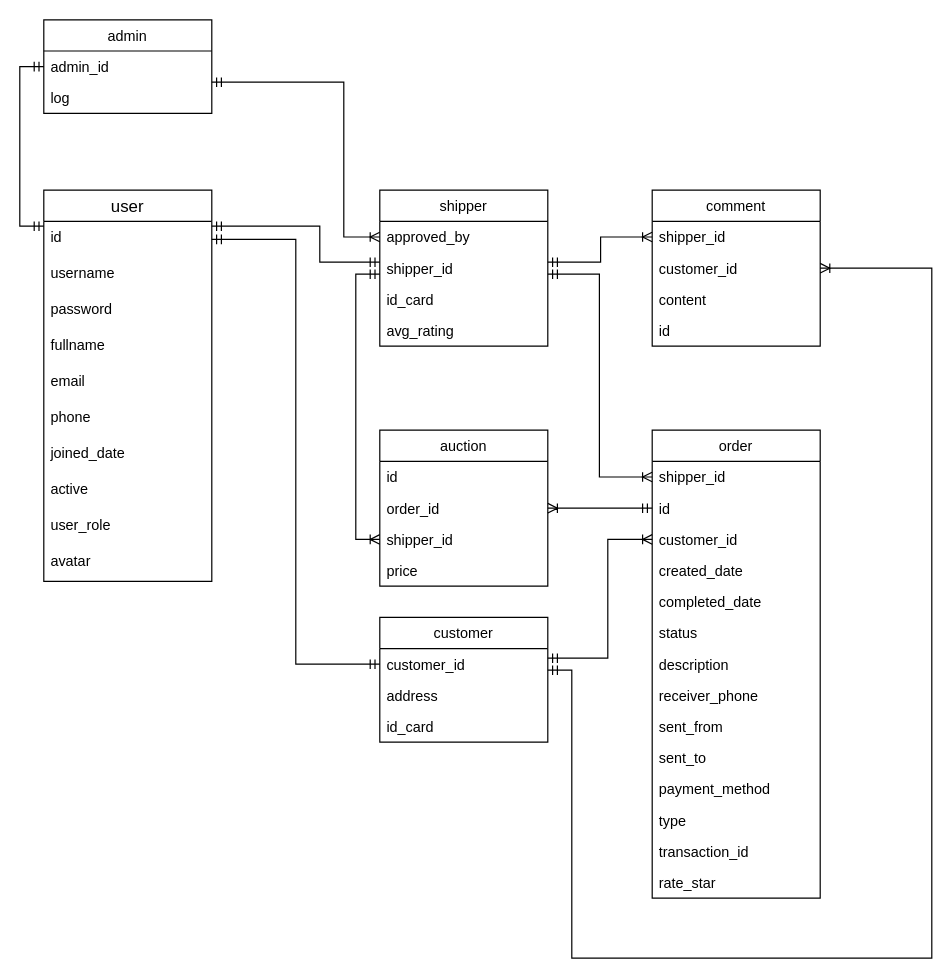
quoctann/spring-delivery-management keeps this draw.io diagram as page "Database" (2 of 2) of design.drawio. Above is the earlier version. Source tidied: cells renumbered, new cells numbered last; positions are measured from the earlier drawing's top-left corner, leaving out a move shared by most shapes. Both pictures are drawn from the tidied source at 120%, with x=0, y=0 at pixel (19, 19).
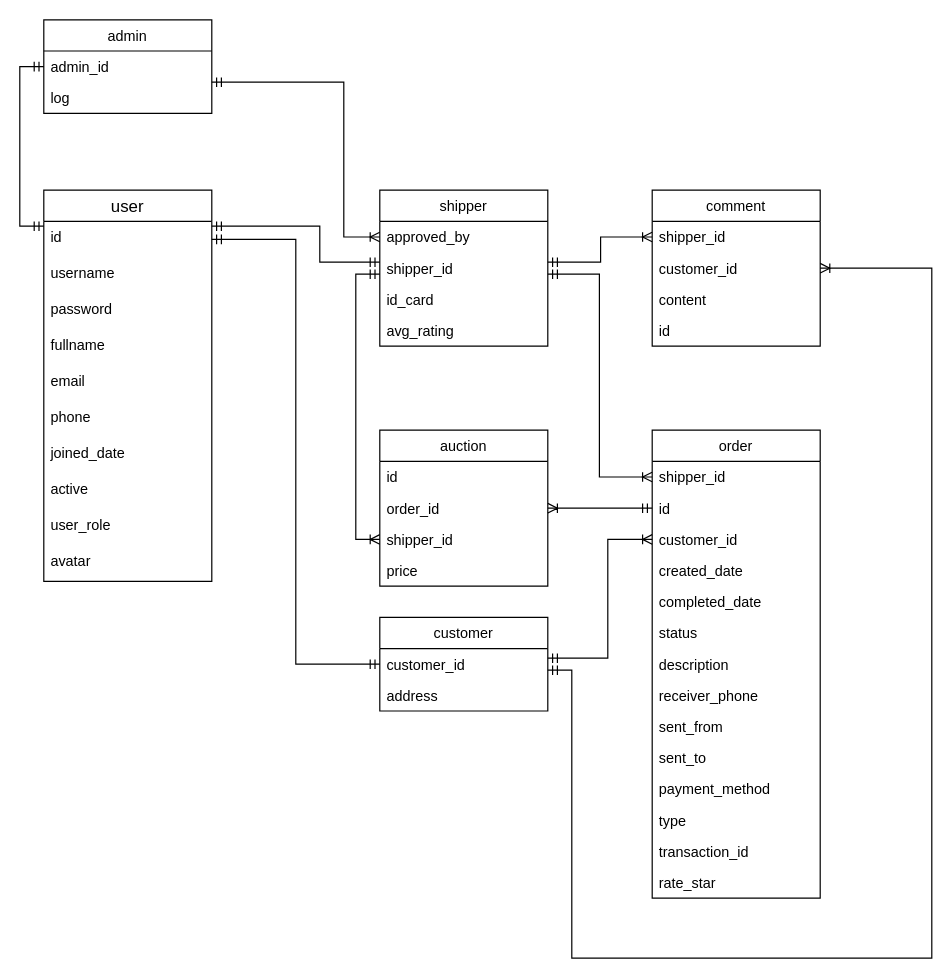
The same page after the edit.

Change to the diagram source:
```diff
@@
     <mxCell id="41" value="customer" style="swimlane;fontStyle=0;horizontal=1;startSize=26;rounded=0;sketch=0;" parent="1" vertex="1">
-      <mxGeometry x="300" y="498" width="140" height="104" as="geometry" />
+      <mxGeometry x="300" y="498" width="140" height="78" as="geometry" />
     </mxCell>
@@
-    <mxCell id="44" value="id_card" style="text;strokeColor=none;fillColor=none;align=left;verticalAlign=top;spacingLeft=4;spacingRight=4;overflow=hidden;" parent="41" vertex="1">
-      <mxGeometry y="78" width="140" height="26" as="geometry" />
-    </mxCell>
```
